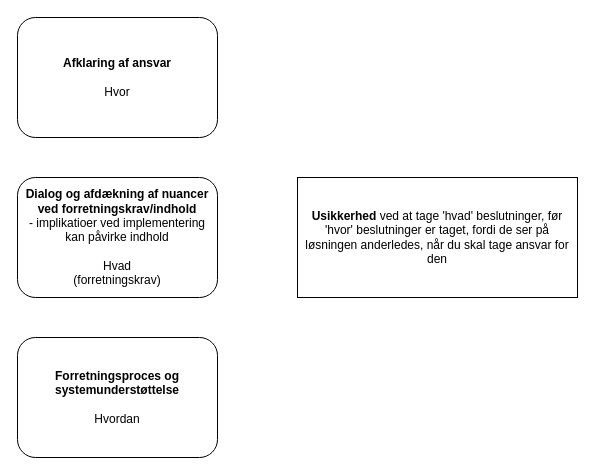
Above: Decision Diagram.drawio in Zaladk/drawio (draw.io), before the change. Source tidied: cells renumbered, new cells numbered last; positions are measured from the earlier drawing's top-left corner, leaving out a move shared by most shapes. Both pictures are drawn from the tidied source at 100%, with x=0, y=0 at pixel (17, 17).
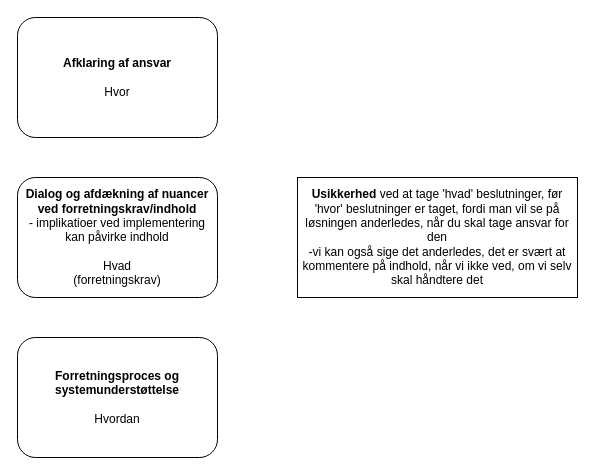
The same page after the edit.

The edit, as a diff of the source:
```diff
@@
 <mxGraphModel>
   <root>
     <mxCell id="0" />
     <mxCell id="1" parent="0" />
     <mxCell id="2" value="&lt;b&gt;Afklaring af ansvar&lt;/b&gt;&lt;div&gt;&lt;br&gt;&lt;/div&gt;&lt;div&gt;Hvor&lt;/div&gt;" style="rounded=1;whiteSpace=wrap;html=1;" parent="1" vertex="1">
       <mxGeometry width="200" height="120" as="geometry" />
     </mxCell>
     <mxCell id="3" value="&lt;b&gt;Dialog og afdækning af nuancer ved forretningskrav/indhold&lt;/b&gt;&lt;div&gt;- implikatioer ved implementering kan påvirke indhold&lt;/div&gt;&lt;div&gt;&lt;br&gt;&lt;/div&gt;&lt;div&gt;Hvad&lt;/div&gt;&lt;div&gt;(forretningskrav)&lt;/div&gt;" style="rounded=1;whiteSpace=wrap;html=1;" parent="1" vertex="1">
       <mxGeometry y="160" width="200" height="120" as="geometry" />
     </mxCell>
     <mxCell id="4" value="&lt;div&gt;&lt;b&gt;Forretningsproces og systemunderstøttelse&lt;/b&gt;&lt;/div&gt;&lt;div&gt;&lt;br&gt;&lt;/div&gt;&lt;div&gt;Hvordan&lt;/div&gt;" style="rounded=1;whiteSpace=wrap;html=1;" parent="1" vertex="1">
       <mxGeometry y="320" width="200" height="120" as="geometry" />
     </mxCell>
-    <mxCell id="5" value="&lt;b&gt;Usikkerhed &lt;/b&gt;ved at tage 'hvad' beslutninger, før 'hvor' beslutninger er taget, fordi de ser på løsningen anderledes, når du skal tage ansvar for den" style="rounded=0;whiteSpace=wrap;html=1;" parent="1" vertex="1">
+    <mxCell id="5" value="&lt;b&gt;Usikkerhed &lt;/b&gt;ved at tage 'hvad' beslutninger, før 'hvor' beslutninger er taget, fordi man vil se på løsningen anderledes, når du skal tage ansvar for den&lt;div&gt;-vi kan også sige det anderledes, det er svært at kommentere på indhold, når vi ikke ved, om vi selv skal håndtere det&lt;/div&gt;" style="rounded=0;whiteSpace=wrap;html=1;" parent="1" vertex="1">
       <mxGeometry x="280" y="160" width="280" height="120" as="geometry" />
     </mxCell>
   </root>
 </mxGraphModel>
```
